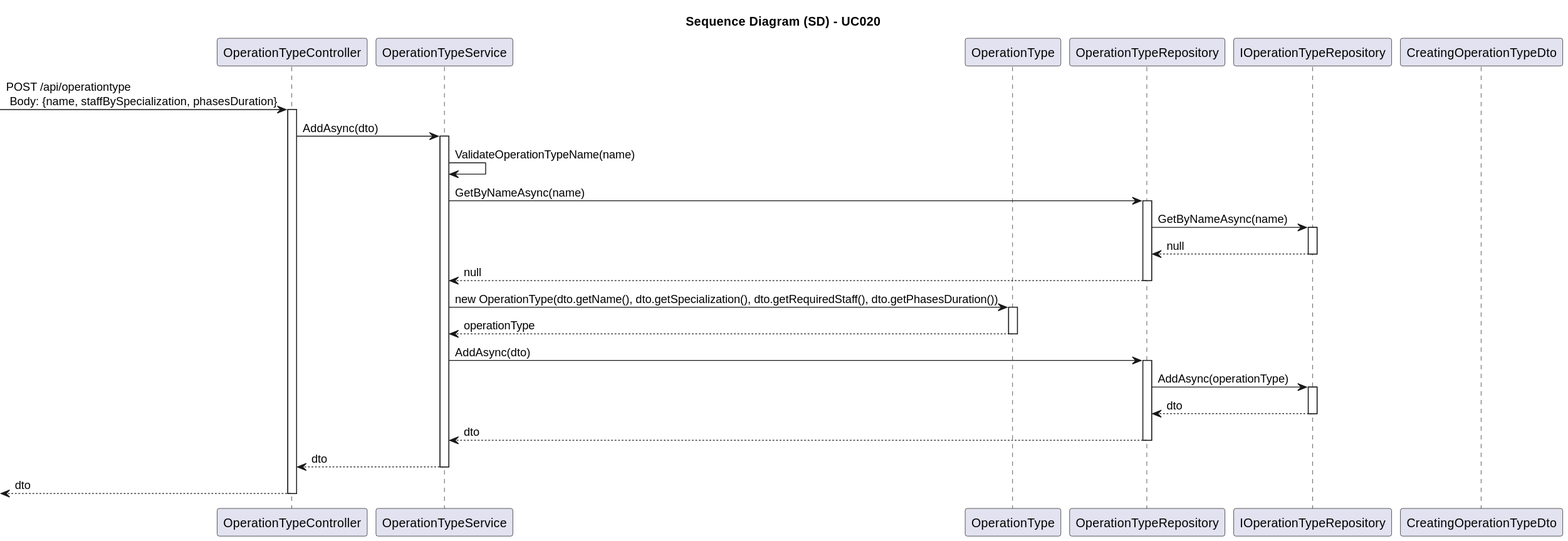
Above: docs/SprintA/UseCases/UC020/03.design/svg/uc020-sequence-diagram.svg in 1221124/sem5pi-24-25-g031 (PlantUML), before the change.
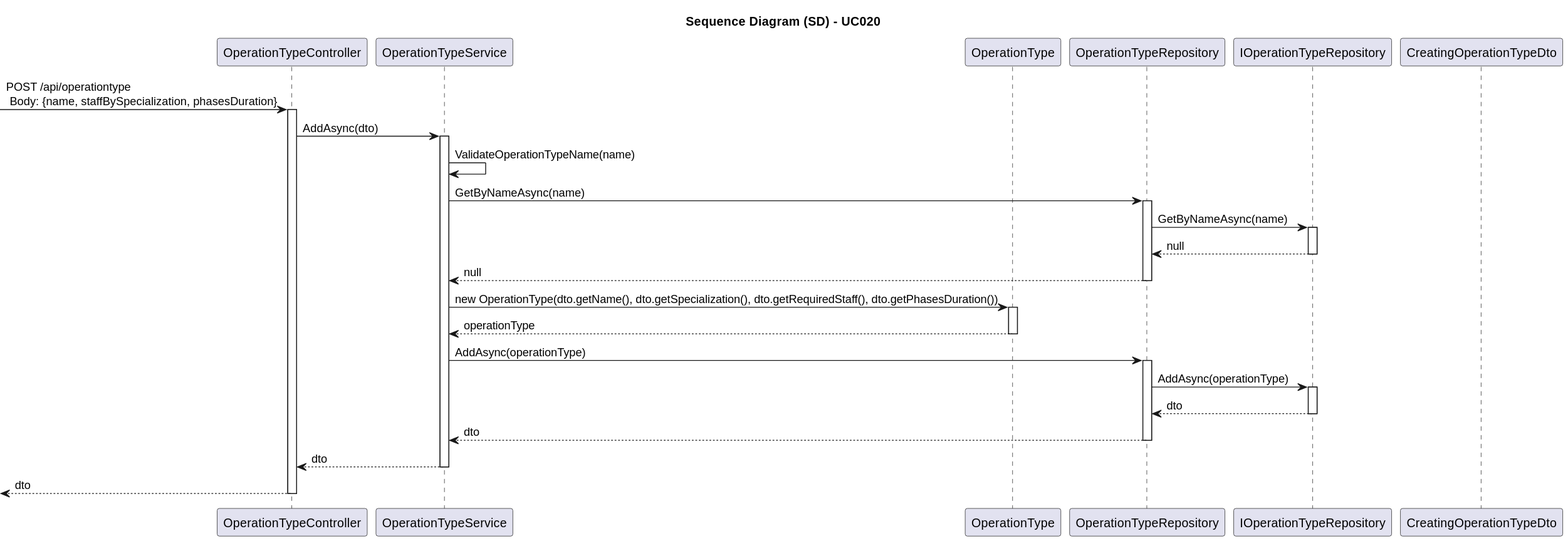
After the commit.

Change to the diagram source:
```diff
@@ -47,7 +47,7 @@
 
         deactivate Domain
 
-        Service -> Repository: AddAsync(dto)
+        Service -> Repository: AddAsync(operationType)
 
         activate Repository
 
```
